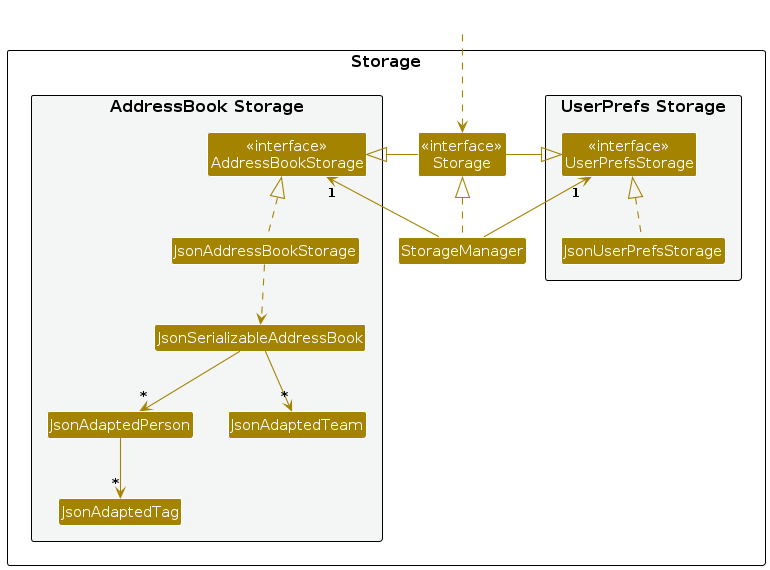
Above: diagrams/StorageClassDiagram.png in AY2526S1-CS2103T-F08b-1/tp (PlantUML), before the change. Its source is kept beside it as diagrams/StorageClassDiagram.puml.
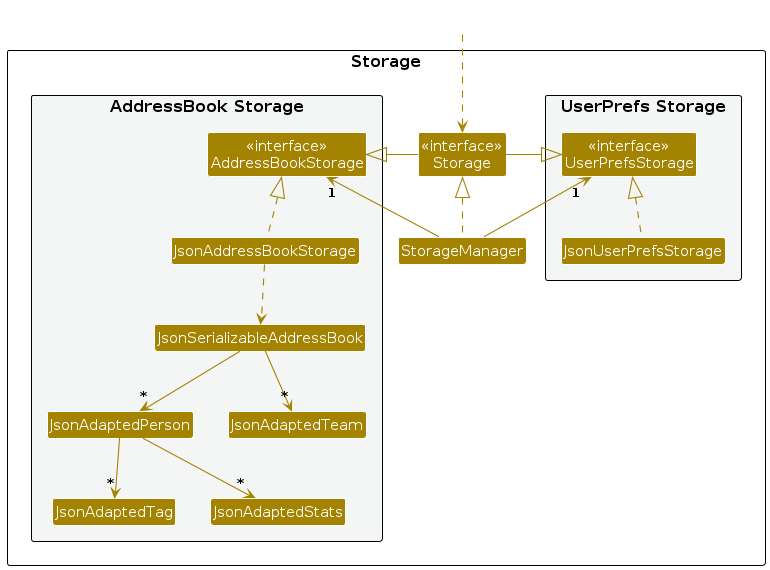
The same file after the commit.

Diff of the diagram source:
```diff
@@ -21,6 +21,7 @@
 Class JsonAdaptedPerson
 Class JsonAdaptedTeam
 Class JsonAdaptedTag
+Class JsonAdaptedStats
 }
 
 }
@@ -40,6 +41,7 @@
 JsonAddressBookStorage ..> JsonSerializableAddressBook
 JsonSerializableAddressBook --> "*" JsonAdaptedPerson
 JsonAdaptedPerson --> "*" JsonAdaptedTag
+JsonAdaptedPerson --> "*" JsonAdaptedStats
 JsonSerializableAddressBook --> "*" JsonAdaptedTeam
 
 @enduml
```
